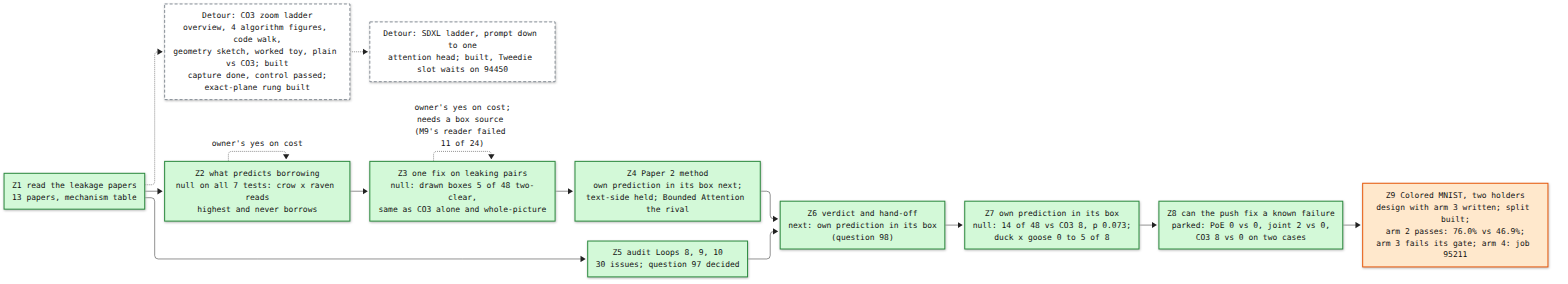
Before: artifacts/notes/progress/leakage/loop-12-progress.png, a diagram exported from Mermaid (mo-rsa24/concept-composition). Its source is kept beside it as artifacts/notes/progress/leakage/loop-12-progress.mmd.
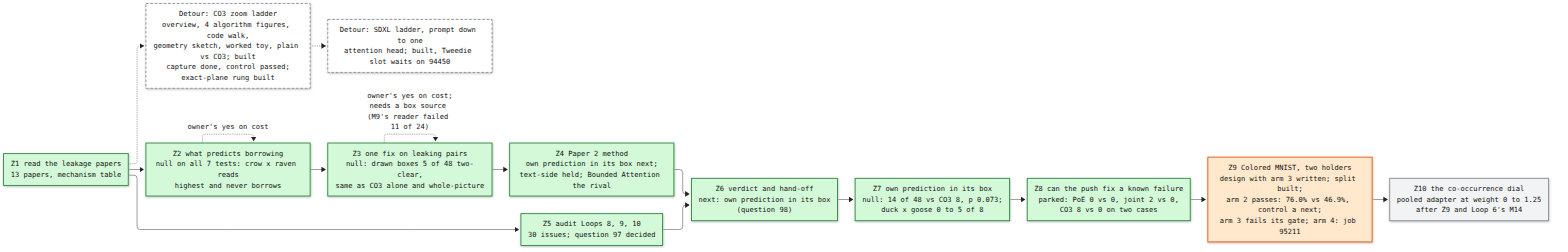
After the commit.

Commit message:
Loop 12 map: Z9 control a added, Z10 waiting

Diff of the diagram source:
```diff
@@ -18,8 +18,10 @@
   Z6 --> Z7
   Z8["Z8 can the push fix a known failure<br/>parked: PoE 0 vs 0, joint 2 vs 0,<br/>CO3 8 vs 0 on two cases"]:::done
   Z7 --> Z8
-  Z9["Z9 Colored MNIST, two holders<br/>design with arm 3 written; split built;<br/>arm 2 passes: 76.0% vs 46.9%;<br/>arm 3 fails its gate; arm 4: job 95211"]:::doing
+  Z9["Z9 Colored MNIST, two holders<br/>design with arm 3 written; split built;<br/>arm 2 passes: 76.0% vs 46.9%, control a next;<br/>arm 3 fails its gate; arm 4: job 95211"]:::doing
   Z8 --> Z9
+  Z10["Z10 the co-occurrence dial<br/>pooled adapter at weight 0 to 1.25<br/>after Z9 and Loop 6's M14"]:::todo
+  Z9 --> Z10
   classDef done fill:#d3f9d8,stroke:#2b8a3e,stroke-width:2px
   classDef doing fill:#ffe8cc,stroke:#e8590c,stroke-width:2px
   classDef detour fill:#ffffff,stroke:#868e96,stroke-width:2px,stroke-dasharray: 6 4
```
